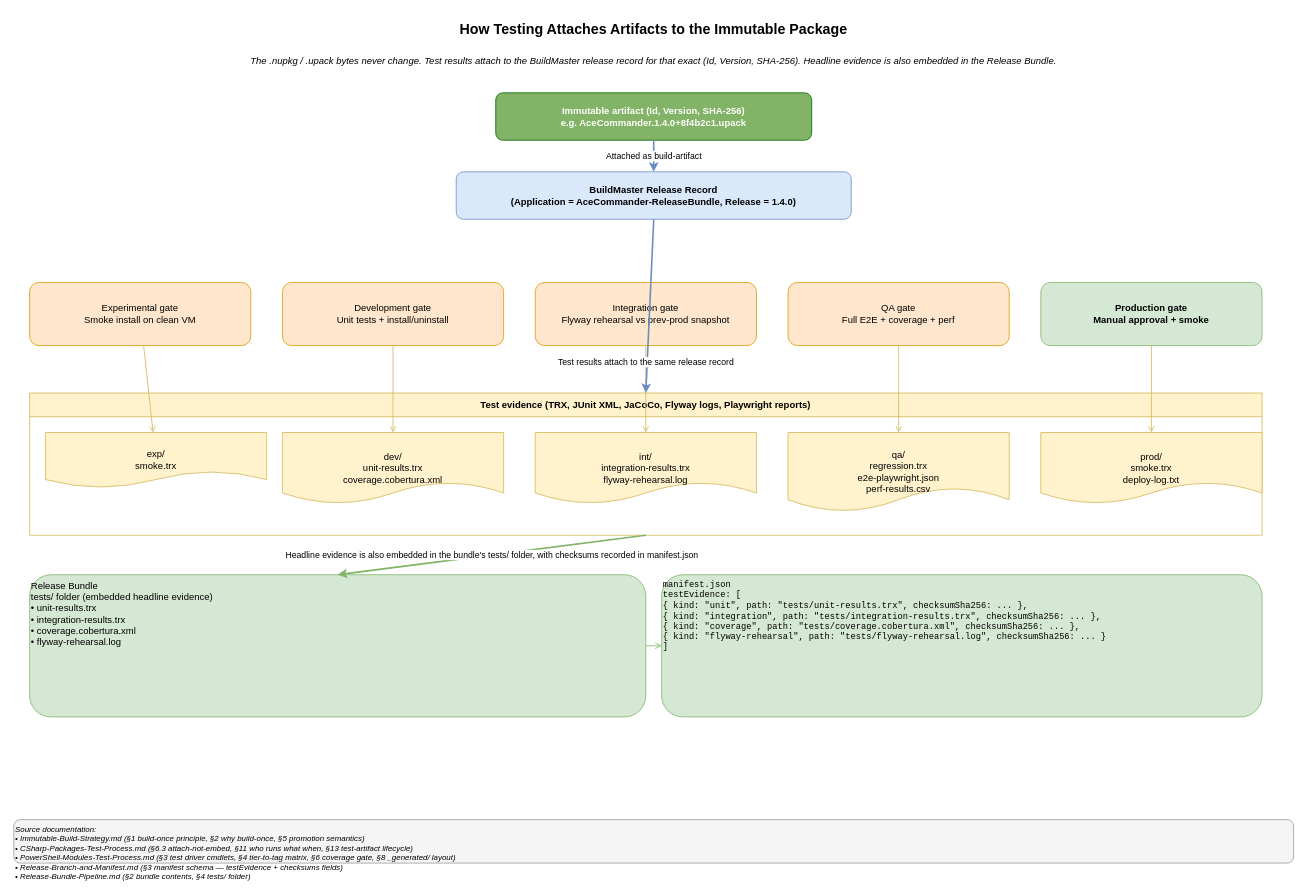
Earlier version of the draw.io diagram page "04 — Tests Attach to Immutable Package" (4 of 9) of SolutionDocumentation/SWProductionDiagrams.drawio (BillHertzing/ATAP.Utilities). Source tidied: cells renumbered, new cells numbered last; positions are measured from the earlier drawing's top-left corner, leaving out a move shared by most shapes. Both pictures are drawn from the tidied source at 79%, with x=0, y=0 at pixel (13, 13).
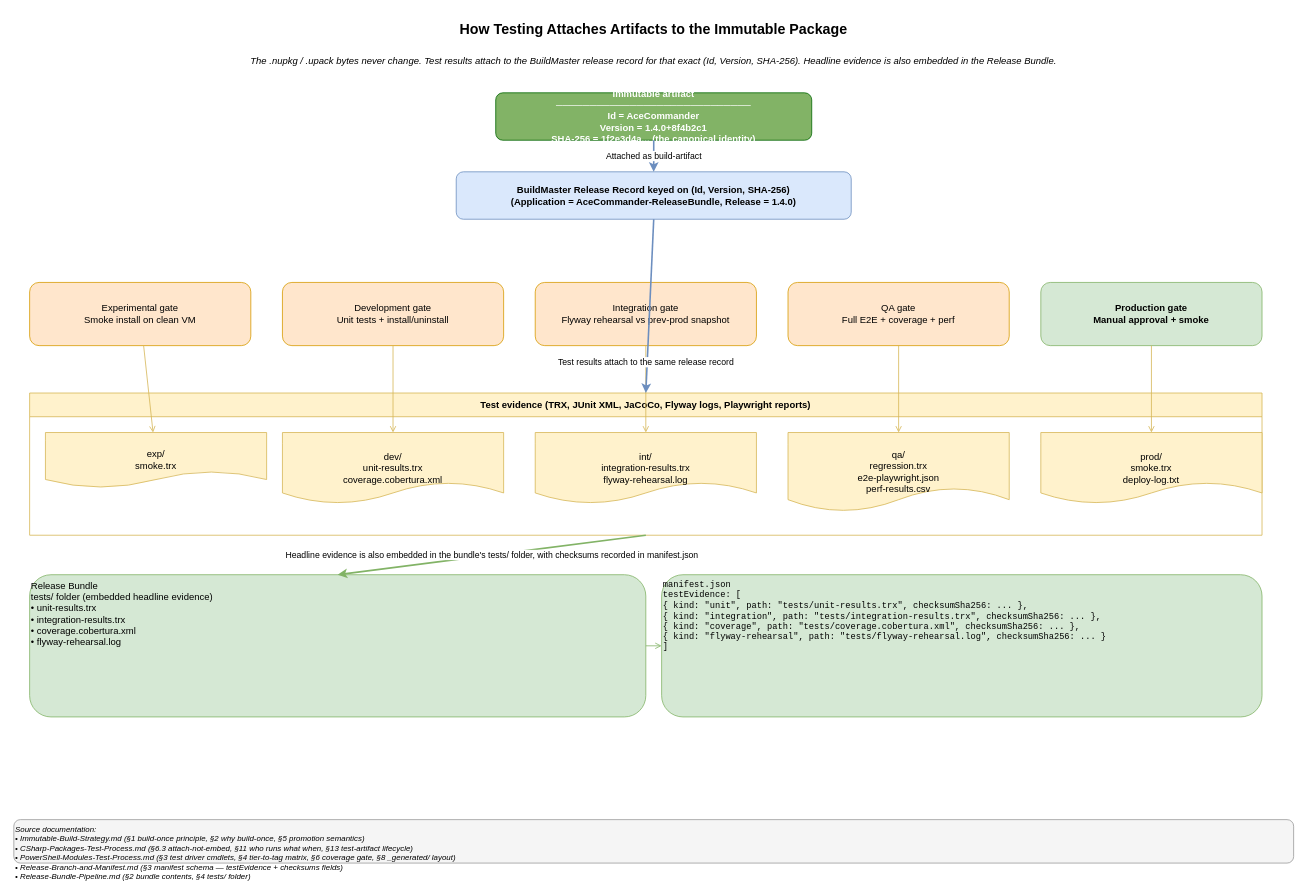
The same diagram, later.

Commit message (it also covers changes not shown here):
docs(immutable): Stream D — SW production diagrams aligned to immutable build

Diff of the diagram source:
```diff
@@
-    <mxCell id="4" value="Immutable artifact (Id, Version, SHA-256)&#10;e.g. AceCommander.1.4.0+8f4b2c1.upack" style="rounded=1;whiteSpace=wrap;html=1;fillColor=#82b366;fontColor=#ffffff;strokeColor=#006600;fontStyle=1;" parent="1" vertex="1">
+    <mxCell id="4" value="Immutable artifact&#10;─────────────────────────────&#10;Id      = AceCommander&#10;Version = 1.4.0+8f4b2c1&#10;SHA-256 = 1f2e3d4a... (the canonical identity)" style="rounded=1;whiteSpace=wrap;html=1;fillColor=#82b366;fontColor=#ffffff;strokeColor=#006600;fontStyle=1;" parent="1" vertex="1">
       <mxGeometry x="610" y="100" width="400" height="60" as="geometry" />
     </mxCell>
-    <mxCell id="5" value="BuildMaster Release Record&#10;(Application = AceCommander-ReleaseBundle, Release = 1.4.0)" style="rounded=1;whiteSpace=wrap;html=1;fillColor=#dae8fc;strokeColor=#6c8ebf;fontStyle=1;" parent="1" vertex="1">
+    <mxCell id="5" value="BuildMaster Release Record keyed on (Id, Version, SHA-256)&#10;(Application = AceCommander-ReleaseBundle, Release = 1.4.0)" style="rounded=1;whiteSpace=wrap;html=1;fillColor=#dae8fc;strokeColor=#6c8ebf;fontStyle=1;" parent="1" vertex="1">
       <mxGeometry x="560" y="200" width="500" height="60" as="geometry" />
     </mxCell>
```
